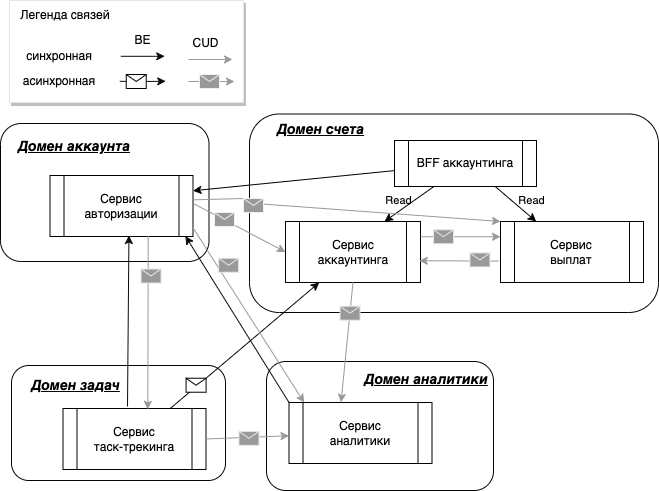
This is docs/events/diagram.png from novoseltcev/async-course, a draw.io export, as it was before one commit. Source tidied: cells renumbered, new cells last; positions are measured from the earlier drawing's top-left corner, leaving out a move shared by most shapes.
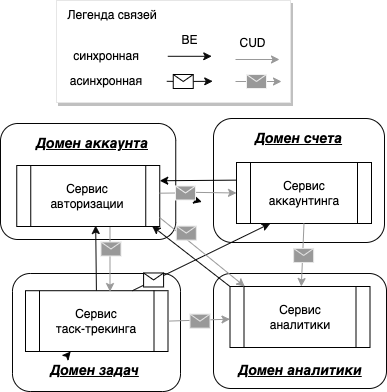
The same diagram one commit later.

The edit, as a diff of the source:
```diff
@@ -4,50 +4,53 @@
     <mxCell id="1" parent="0" />
-    <mxCell id="2" style="group;" parent="1" vertex="1">
-      <mxGeometry x="266" y="361" width="227" height="129" as="geometry" />
-    </mxCell>
+    <mxCell id="59" style="group;" parent="1" vertex="1">
+      <mxGeometry x="281" y="130.5" width="171" height="124" as="geometry" />
+    </mxCell>
+    <mxCell id="6" style="rounded=1;whiteSpace=wrap;html=1;fillColor=#FFF;strokeColor=#050505;" parent="59" vertex="1">
+      <mxGeometry width="171" height="124" as="geometry" />
+    </mxCell>
+    <mxCell id="7" value="&lt;font style=&quot;font-size: 14px;&quot; color=&quot;#000000&quot;&gt;&lt;b&gt;&lt;i&gt;&lt;u&gt;Домен счета&lt;/u&gt;&lt;/i&gt;&lt;/b&gt;&lt;/font&gt;" style="text;strokeColor=none;align=center;fillColor=none;html=1;verticalAlign=middle;whiteSpace=wrap;rounded=0;" parent="59" vertex="1">
+      <mxGeometry x="31" y="5" width="109" height="30" as="geometry" />
+    </mxCell>
+    <mxCell id="8" value="Сервис &lt;br&gt;аккаунтинга" style="shape=process;whiteSpace=wrap;html=1;backgroundOutline=1;" parent="59" vertex="1">
+      <mxGeometry x="23" y="44" width="135" height="61" as="geometry" />
+    </mxCell>
+    <mxCell id="60" style="group;" parent="1" vertex="1">
+      <mxGeometry x="68" y="135.5" width="175.2" height="116" as="geometry" />
+    </mxCell>
+    <mxCell id="15" style="rounded=1;whiteSpace=wrap;html=1;fillColor=#FFF;strokeColor=#050505;align=right;" parent="60" vertex="1">
+      <mxGeometry width="175.2" height="116" as="geometry" />
+    </mxCell>
+    <mxCell id="16" value="Сервис авторизации" style="shape=process;whiteSpace=wrap;html=1;backgroundOutline=1;" parent="60" vertex="1">
+      <mxGeometry x="16.2" y="42" width="143" height="61" as="geometry" />
+    </mxCell>
+    <mxCell id="17" value="&lt;font style=&quot;font-size: 14px;&quot; color=&quot;#000000&quot;&gt;&lt;b&gt;&lt;i&gt;&lt;u&gt;Домен аккаунта&lt;/u&gt;&lt;/i&gt;&lt;/b&gt;&lt;/font&gt;" style="text;strokeColor=none;align=center;fillColor=none;html=1;verticalAlign=middle;whiteSpace=wrap;rounded=0;" parent="60" vertex="1">
+      <mxGeometry x="32" y="5" width="120" height="30" as="geometry" />
+    </mxCell>
+    <mxCell id="61" style="group;" parent="1" vertex="1">
+      <mxGeometry x="80" y="285.5" width="168" height="118" as="geometry" />
+    </mxCell>
+    <mxCell id="11" style="rounded=1;whiteSpace=wrap;html=1;fillColor=#FFF;strokeColor=#050505;" parent="61" vertex="1">
+      <mxGeometry width="168" height="118" as="geometry" />
+    </mxCell>
+    <mxCell id="62" style="edgeStyle=none;html=1;exitX=0.25;exitY=0;exitDx=0;exitDy=0;" parent="61" edge="1" source="12" target="13">
+      <mxGeometry relative="1" as="geometry" />
+    </mxCell>
+    <mxCell id="12" value="&lt;font style=&quot;font-size: 14px;&quot; color=&quot;#000000&quot;&gt;&lt;b&gt;&lt;i&gt;&lt;u&gt;Домен задач&lt;/u&gt;&lt;/i&gt;&lt;/b&gt;&lt;/font&gt;" style="text;strokeColor=none;align=center;fillColor=none;html=1;verticalAlign=middle;whiteSpace=wrap;rounded=0;" parent="61" vertex="1">
+      <mxGeometry x="27.5" y="82" width="109" height="30" as="geometry" />
+    </mxCell>
+    <mxCell id="13" value="Сервис &lt;br&gt;таск-трекинга" style="shape=process;whiteSpace=wrap;html=1;backgroundOutline=1;" parent="61" vertex="1">
+      <mxGeometry x="13" y="17.2" width="142.5" height="60.8" as="geometry" />
+    </mxCell>
+    <mxCell id="63" style="group;" parent="1" vertex="1">
+      <mxGeometry x="281" y="285.5" width="173" height="115" as="geometry" />
+    </mxCell>
-    <mxCell id="3" style="rounded=1;whiteSpace=wrap;html=1;fillColor=#FFF;strokeColor=#050505;" parent="2" vertex="1">
-      <mxGeometry width="227" height="129" as="geometry" />
+    <mxCell id="3" style="rounded=1;whiteSpace=wrap;html=1;fillColor=#FFF;strokeColor=#050505;" parent="63" vertex="1">
+      <mxGeometry width="173" height="115" as="geometry" />
     </mxCell>
-    <mxCell id="4" value="&lt;font style=&quot;font-size: 14px;&quot; color=&quot;#000000&quot;&gt;&lt;b&gt;&lt;i&gt;&lt;u&gt;Домен аналитики&lt;/u&gt;&lt;/i&gt;&lt;/b&gt;&lt;/font&gt;" style="text;strokeColor=none;align=center;fillColor=none;html=1;verticalAlign=middle;whiteSpace=wrap;rounded=0;" parent="2" vertex="1">
-      <mxGeometry x="90" y="3" width="140" height="30" as="geometry" />
+    <mxCell id="4" value="&lt;font style=&quot;font-size: 14px;&quot; color=&quot;#000000&quot;&gt;&lt;b&gt;&lt;i&gt;&lt;u&gt;Домен аналитики&lt;/u&gt;&lt;/i&gt;&lt;/b&gt;&lt;/font&gt;" style="text;strokeColor=none;align=center;fillColor=none;html=1;verticalAlign=middle;whiteSpace=wrap;rounded=0;" parent="63" vertex="1">
+      <mxGeometry x="16.5" y="82" width="140" height="30" as="geometry" />
     </mxCell>
-    <mxCell id="5" value="Сервис &lt;br&gt;аналитики" style="shape=process;whiteSpace=wrap;html=1;backgroundOutline=1;" parent="2" vertex="1">
-      <mxGeometry x="22.5" y="41" width="143" height="61" as="geometry" />
+    <mxCell id="5" value="Сервис &lt;br&gt;аналитики" style="shape=process;whiteSpace=wrap;html=1;backgroundOutline=1;" parent="63" vertex="1">
+      <mxGeometry x="16.5" y="13" width="140" height="61" as="geometry" />
     </mxCell>
-    <mxCell id="6" style="rounded=1;whiteSpace=wrap;html=1;fillColor=#FFF;strokeColor=#050505;" parent="1" vertex="1">
-      <mxGeometry x="249" y="113.5" width="409" height="198.5" as="geometry" />
-    </mxCell>
-    <mxCell id="7" value="&lt;font style=&quot;font-size: 14px;&quot; color=&quot;#000000&quot;&gt;&lt;b&gt;&lt;i&gt;&lt;u&gt;Домен счета&lt;/u&gt;&lt;/i&gt;&lt;/b&gt;&lt;/font&gt;" style="text;strokeColor=none;align=center;fillColor=none;html=1;verticalAlign=middle;whiteSpace=wrap;rounded=0;" parent="1" vertex="1">
-      <mxGeometry x="266" y="113.5" width="109" height="30" as="geometry" />
-    </mxCell>
-    <mxCell id="8" value="Сервис &lt;br&gt;аккаунтинга" style="shape=process;whiteSpace=wrap;html=1;backgroundOutline=1;" parent="1" vertex="1">
-      <mxGeometry x="285" y="221" width="135" height="61" as="geometry" />
-    </mxCell>
-    <mxCell id="9" value="Сервис &lt;br&gt;выплат" style="shape=process;whiteSpace=wrap;html=1;backgroundOutline=1;" parent="1" vertex="1">
-      <mxGeometry x="500" y="221" width="143" height="61" as="geometry" />
-    </mxCell>
-    <mxCell id="10" style="group;" parent="1" vertex="1">
-      <mxGeometry x="11" y="365" width="214" height="115" as="geometry" />
-    </mxCell>
-    <mxCell id="11" style="rounded=1;whiteSpace=wrap;html=1;fillColor=#FFF;strokeColor=#050505;" parent="10" vertex="1">
-      <mxGeometry width="214" height="115" as="geometry" />
-    </mxCell>
-    <mxCell id="12" value="&lt;font style=&quot;font-size: 14px;&quot; color=&quot;#000000&quot;&gt;&lt;b&gt;&lt;i&gt;&lt;u&gt;Домен задач&lt;/u&gt;&lt;/i&gt;&lt;/b&gt;&lt;/font&gt;" style="text;strokeColor=none;align=center;fillColor=none;html=1;verticalAlign=middle;whiteSpace=wrap;rounded=0;" parent="10" vertex="1">
-      <mxGeometry x="10" y="5" width="109" height="30" as="geometry" />
-    </mxCell>
-    <mxCell id="13" value="Сервис &lt;br&gt;таск-трекинга" style="shape=process;whiteSpace=wrap;html=1;backgroundOutline=1;" parent="10" vertex="1">
-      <mxGeometry x="51.5" y="43" width="143" height="61" as="geometry" />
-    </mxCell>
-    <mxCell id="14" style="group;" parent="1" vertex="1">
-      <mxGeometry y="123" width="208.5" height="138" as="geometry" />
-    </mxCell>
-    <mxCell id="15" style="rounded=1;whiteSpace=wrap;html=1;fillColor=#FFF;strokeColor=#050505;align=right;" parent="14" vertex="1">
-      <mxGeometry width="208.5" height="138" as="geometry" />
-    </mxCell>
-    <mxCell id="16" value="Сервис авторизации" style="shape=process;whiteSpace=wrap;html=1;backgroundOutline=1;" parent="14" vertex="1">
-      <mxGeometry x="49.5" y="52" width="143" height="61" as="geometry" />
-    </mxCell>
-    <mxCell id="17" value="&lt;font style=&quot;font-size: 14px;&quot; color=&quot;#000000&quot;&gt;&lt;b&gt;&lt;i&gt;&lt;u&gt;Домен аккаунта&lt;/u&gt;&lt;/i&gt;&lt;/b&gt;&lt;/font&gt;" style="text;strokeColor=none;align=center;fillColor=none;html=1;verticalAlign=middle;whiteSpace=wrap;rounded=0;" parent="14" vertex="1">
-      <mxGeometry x="14" y="8" width="120" height="30" as="geometry" />
-    </mxCell>
     <mxCell id="18" style="endArrow=classic;html=1;strokeColor=#0A0A0A;exitX=0.75;exitY=0;exitDx=0;exitDy=0;entryX=0.25;entryY=1;entryDx=0;entryDy=0;" parent="1" edge="1" source="13" target="8">
@@ -57,3 +60,3 @@
       <mxGeometry width="20" height="14" relative="1" as="geometry">
-        <mxPoint x="-59" y="33" as="offset" />
+        <mxPoint x="-58" y="16" as="offset" />
       </mxGeometry>
@@ -65,9 +68,7 @@
       <mxGeometry width="20" height="14" relative="1" as="geometry">
-        <mxPoint x="-30" y="-57" as="offset" />
+        <mxPoint x="-26" y="-26" as="offset" />
       </mxGeometry>
     </mxCell>
-    <mxCell id="22" style="edgeStyle=none;html=1;entryX=0.552;entryY=0.984;entryDx=0;entryDy=0;entryPerimeter=0;strokeColor=#0A0A0A;fontColor=#000000;fillColor=#050505;" parent="1" edge="1" target="16">
-      <mxGeometry relative="1" as="geometry">
-        <mxPoint x="127" y="406" as="sourcePoint" />
-      </mxGeometry>
+    <mxCell id="22" style="edgeStyle=none;html=1;entryX=0.552;entryY=0.984;entryDx=0;entryDy=0;entryPerimeter=0;strokeColor=#0A0A0A;fontColor=#000000;fillColor=#050505;" parent="1" edge="1" source="13" target="16">
+      <mxGeometry relative="1" as="geometry" />
     </mxCell>
@@ -76,47 +77,91 @@
     </mxCell>
+    <mxCell id="38" style="edgeStyle=none;html=1;strokeColor=#999999;fontColor=#000000;fillColor=#757575;exitX=0.998;exitY=0.454;exitDx=0;exitDy=0;exitPerimeter=0;entryX=0;entryY=0.5;entryDx=0;entryDy=0;startArrow=none;" parent="1" edge="1" source="58" target="8">
+      <mxGeometry relative="1" as="geometry" />
+    </mxCell>
+    <mxCell id="40" style="endArrow=classic;html=1;strokeColor=#999999;exitX=0.5;exitY=1;exitDx=0;exitDy=0;" parent="1" edge="1" source="8" target="5">
+      <mxGeometry relative="1" as="geometry" />
+    </mxCell>
+    <mxCell id="41" style="shape=message;html=1;strokeColor=#E6E6E6;fillColor=#999999;" parent="40" vertex="1">
+      <mxGeometry width="20" height="14" relative="1" as="geometry">
+        <mxPoint x="-9" y="-7" as="offset" />
+      </mxGeometry>
+    </mxCell>
+    <mxCell id="42" style="endArrow=classic;html=1;strokeColor=#999999;exitX=1;exitY=0.5;exitDx=0;exitDy=0;" parent="1" edge="1" source="13" target="5">
+      <mxGeometry relative="1" as="geometry" />
+    </mxCell>
+    <mxCell id="43" style="shape=message;html=1;strokeColor=#E6E6E6;fillColor=#999999;" parent="42" vertex="1">
+      <mxGeometry width="20" height="14" relative="1" as="geometry">
+        <mxPoint x="-9" y="-6" as="offset" />
+      </mxGeometry>
+    </mxCell>
+    <mxCell id="44" style="endArrow=classic;html=1;strokeColor=#999999;exitX=0.652;exitY=1.008;exitDx=0;exitDy=0;entryX=0.593;entryY=0.014;entryDx=0;entryDy=0;entryPerimeter=0;exitPerimeter=0;" parent="1" edge="1" source="16" target="13">
+      <mxGeometry relative="1" as="geometry" />
+    </mxCell>
+    <mxCell id="45" style="shape=message;html=1;strokeColor=#E6E6E6;fillColor=#999999;" parent="44" vertex="1">
+      <mxGeometry width="20" height="14" relative="1" as="geometry">
+        <mxPoint x="-9" y="-17" as="offset" />
+      </mxGeometry>
+    </mxCell>
+    <mxCell id="50" style="edgeStyle=none;html=1;entryX=1;entryY=0.25;entryDx=0;entryDy=0;strokeColor=#000000;fontColor=#000000;fillColor=#757575;exitX=0.003;exitY=0.289;exitDx=0;exitDy=0;exitPerimeter=0;" parent="1" edge="1" source="8" target="16">
+      <mxGeometry relative="1" as="geometry" />
+    </mxCell>
+    <mxCell id="57" style="edgeStyle=none;html=1;exitX=0.85;exitY=0.95;exitDx=0;exitDy=0;exitPerimeter=0;" parent="1" edge="1" source="58">
+      <mxGeometry relative="1" as="geometry">
+        <mxPoint x="269.3" y="213.9" as="targetPoint" />
+      </mxGeometry>
+    </mxCell>
+    <mxCell id="64" style="edgeStyle=none;html=1;strokeColor=#999999;fontColor=#000000;fillColor=#757575;exitX=0.998;exitY=0.454;exitDx=0;exitDy=0;exitPerimeter=0;entryX=0;entryY=0.5;entryDx=0;entryDy=0;endArrow=none;" parent="1" edge="1" source="16" target="58">
+      <mxGeometry relative="1" as="geometry" />
+    </mxCell>
+    <mxCell id="58" style="shape=message;html=1;outlineConnect=0;strokeColor=#F0F0F0;fillColor=#999999;" parent="1" vertex="1">
+      <mxGeometry x="243" y="198" width="20" height="14" as="geometry" />
+    </mxCell>
+    <mxCell id="65" style="group;" parent="1" vertex="1">
+      <mxGeometry x="124" y="12.5" width="234" height="102" as="geometry" />
+    </mxCell>
-    <mxCell id="24" style="rounded=0;whiteSpace=wrap;html=1;labelBackgroundColor=none;strokeColor=#E6E6E6;fontColor=#000000;fillColor=#FFFFFF;shadow=1;" parent="1" vertex="1">
-      <mxGeometry x="9" width="234" height="102" as="geometry" />
+    <mxCell id="24" style="rounded=0;whiteSpace=wrap;html=1;labelBackgroundColor=none;strokeColor=#E6E6E6;fontColor=#000000;fillColor=#FFFFFF;shadow=1;" parent="65" vertex="1">
+      <mxGeometry width="234" height="102" as="geometry" />
     </mxCell>
-    <mxCell id="25" style="edgeStyle=none;html=1;strokeColor=#0A0A0A;fontColor=#000000;fillColor=#050505;" parent="1" edge="1">
+    <mxCell id="25" style="edgeStyle=none;html=1;strokeColor=#0A0A0A;fontColor=#000000;fillColor=#050505;" parent="65" edge="1">
       <mxGeometry relative="1" as="geometry">
-        <mxPoint x="120.2" y="55.8" as="sourcePoint" />
-        <mxPoint x="164.2" y="55.8" as="targetPoint" />
+        <mxPoint x="111.2" y="55.8" as="sourcePoint" />
+        <mxPoint x="155.2" y="55.8" as="targetPoint" />
       </mxGeometry>
     </mxCell>
-    <mxCell id="26" style="edgeStyle=none;html=1;strokeColor=#0A0A0A;fontColor=#000000;fillColor=#050505;startArrow=none;" parent="1" edge="1" source="34">
+    <mxCell id="26" style="edgeStyle=none;html=1;strokeColor=#0A0A0A;fontColor=#000000;fillColor=#050505;startArrow=none;" parent="65" edge="1" source="34">
       <mxGeometry relative="1" as="geometry">
-        <mxPoint x="165.2" y="80.8" as="targetPoint" />
+        <mxPoint x="156.2" y="80.8" as="targetPoint" />
       </mxGeometry>
     </mxCell>
-    <mxCell id="27" value="синхронная" style="text;strokeColor=none;align=center;fillColor=none;html=1;verticalAlign=middle;whiteSpace=wrap;rounded=0;labelBackgroundColor=none;fontColor=#000000;" parent="1" vertex="1">
-      <mxGeometry x="20" y="41" width="78" height="30" as="geometry" />
+    <mxCell id="27" value="синхронная" style="text;strokeColor=none;align=center;fillColor=none;html=1;verticalAlign=middle;whiteSpace=wrap;rounded=0;labelBackgroundColor=none;fontColor=#000000;" parent="65" vertex="1">
+      <mxGeometry x="11" y="41" width="78" height="30" as="geometry" />
     </mxCell>
-    <mxCell id="28" value="асинхронная" style="text;strokeColor=none;align=center;fillColor=none;html=1;verticalAlign=middle;whiteSpace=wrap;rounded=0;labelBackgroundColor=none;fontColor=#000000;" parent="1" vertex="1">
-      <mxGeometry x="20" y="66" width="78" height="30" as="geometry" />
+    <mxCell id="28" value="асинхронная" style="text;strokeColor=none;align=center;fillColor=none;html=1;verticalAlign=middle;whiteSpace=wrap;rounded=0;labelBackgroundColor=none;fontColor=#000000;" parent="65" vertex="1">
+      <mxGeometry x="11" y="66" width="78" height="30" as="geometry" />
     </mxCell>
-    <mxCell id="29" style="edgeStyle=none;html=1;strokeColor=#999999;fontColor=#000000;fillColor=#050505;" parent="1" edge="1">
+    <mxCell id="29" style="edgeStyle=none;html=1;strokeColor=#999999;fontColor=#000000;fillColor=#050505;" parent="65" edge="1">
       <mxGeometry relative="1" as="geometry">
-        <mxPoint x="188" y="59" as="sourcePoint" />
-        <mxPoint x="232" y="59" as="targetPoint" />
+        <mxPoint x="179" y="59" as="sourcePoint" />
+        <mxPoint x="223" y="59" as="targetPoint" />
       </mxGeometry>
     </mxCell>
-    <mxCell id="30" value="Легенда связей" style="text;strokeColor=none;align=center;fillColor=none;html=1;verticalAlign=middle;whiteSpace=wrap;rounded=0;labelBackgroundColor=none;fontColor=#000000;" parent="1" vertex="1">
-      <mxGeometry x="14" width="102" height="30" as="geometry" />
+    <mxCell id="30" value="Легенда связей" style="text;strokeColor=none;align=center;fillColor=none;html=1;verticalAlign=middle;whiteSpace=wrap;rounded=0;labelBackgroundColor=none;fontColor=#000000;" parent="65" vertex="1">
+      <mxGeometry x="5" width="102" height="30" as="geometry" />
     </mxCell>
-    <mxCell id="31" value="BE" style="text;strokeColor=none;align=center;fillColor=none;html=1;verticalAlign=middle;whiteSpace=wrap;rounded=0;labelBackgroundColor=none;fontColor=#000000;" parent="1" vertex="1">
-      <mxGeometry x="125.8" y="25" width="33" height="30" as="geometry" />
+    <mxCell id="31" value="BE" style="text;strokeColor=none;align=center;fillColor=none;html=1;verticalAlign=middle;whiteSpace=wrap;rounded=0;labelBackgroundColor=none;fontColor=#000000;" parent="65" vertex="1">
+      <mxGeometry x="116.8" y="25" width="33" height="30" as="geometry" />
     </mxCell>
-    <mxCell id="32" value="CUD" style="text;strokeColor=none;align=center;fillColor=none;html=1;verticalAlign=middle;whiteSpace=wrap;rounded=0;labelBackgroundColor=none;fontColor=#000000;" parent="1" vertex="1">
-      <mxGeometry x="189" y="33" width="33" height="20" as="geometry" />
+    <mxCell id="32" value="CUD" style="text;strokeColor=none;align=center;fillColor=none;html=1;verticalAlign=middle;whiteSpace=wrap;rounded=0;labelBackgroundColor=none;fontColor=#000000;" parent="65" vertex="1">
+      <mxGeometry x="180" y="33" width="33" height="20" as="geometry" />
     </mxCell>
-    <mxCell id="33" style="edgeStyle=none;html=1;strokeColor=#0A0A0A;fontColor=#000000;fillColor=#050505;endArrow=none;" parent="1" edge="1" target="34">
+    <mxCell id="33" style="edgeStyle=none;html=1;strokeColor=#0A0A0A;fontColor=#000000;fillColor=#050505;endArrow=none;" parent="65" edge="1" target="34">
       <mxGeometry relative="1" as="geometry">
-        <mxPoint x="119.2" y="80.8" as="sourcePoint" />
+        <mxPoint x="110.2" y="80.8" as="sourcePoint" />
       </mxGeometry>
     </mxCell>
-    <mxCell id="34" style="shape=message;html=1;outlineConnect=0;" parent="1" vertex="1">
-      <mxGeometry x="125.7" y="74" width="20" height="14" as="geometry" />
+    <mxCell id="34" style="shape=message;html=1;outlineConnect=0;" parent="65" vertex="1">
+      <mxGeometry x="116.7" y="74" width="20" height="14" as="geometry" />
     </mxCell>
-    <mxCell id="35" style="group;" parent="1" vertex="1">
-      <mxGeometry x="188" y="74" width="46" height="14" as="geometry" />
+    <mxCell id="35" style="group;" parent="65" vertex="1">
+      <mxGeometry x="179" y="74" width="46" height="14" as="geometry" />
     </mxCell>
@@ -131,82 +176,2 @@
     </mxCell>
-    <mxCell id="38" style="edgeStyle=none;html=1;strokeColor=#999999;fontColor=#000000;fillColor=#757575;exitX=0.998;exitY=0.454;exitDx=0;exitDy=0;exitPerimeter=0;entryX=0;entryY=0.5;entryDx=0;entryDy=0;" parent="1" edge="1" source="16" target="8">
-      <mxGeometry relative="1" as="geometry" />
-    </mxCell>
-    <mxCell id="39" style="shape=message;html=1;strokeColor=#F0F0F0;fillColor=#999999;" parent="1" vertex="1">
-      <mxGeometry x="214" y="212" width="20" height="14" as="geometry" />
-    </mxCell>
-    <mxCell id="40" style="endArrow=classic;html=1;strokeColor=#999999;exitX=0.5;exitY=1;exitDx=0;exitDy=0;entryX=0.364;entryY=-0.004;entryDx=0;entryDy=0;entryPerimeter=0;" parent="1" edge="1" source="8" target="5">
-      <mxGeometry relative="1" as="geometry" />
-    </mxCell>
-    <mxCell id="41" style="shape=message;html=1;strokeColor=#E6E6E6;fillColor=#999999;" parent="40" vertex="1">
-      <mxGeometry width="20" height="14" relative="1" as="geometry">
-        <mxPoint x="-7" y="-36" as="offset" />
-      </mxGeometry>
-    </mxCell>
-    <mxCell id="42" style="endArrow=classic;html=1;strokeColor=#999999;exitX=1;exitY=0.5;exitDx=0;exitDy=0;" parent="1" edge="1" source="13" target="5">
-      <mxGeometry relative="1" as="geometry" />
-    </mxCell>
-    <mxCell id="43" style="shape=message;html=1;strokeColor=#E6E6E6;fillColor=#999999;" parent="42" vertex="1">
-      <mxGeometry width="20" height="14" relative="1" as="geometry">
-        <mxPoint x="-9" y="-6" as="offset" />
-      </mxGeometry>
-    </mxCell>
-    <mxCell id="44" style="endArrow=classic;html=1;strokeColor=#999999;exitX=0.687;exitY=0.992;exitDx=0;exitDy=0;entryX=0.593;entryY=0.014;entryDx=0;entryDy=0;entryPerimeter=0;exitPerimeter=0;" parent="1" edge="1" source="16" target="13">
-      <mxGeometry relative="1" as="geometry" />
-    </mxCell>
-    <mxCell id="45" style="shape=message;html=1;strokeColor=#E6E6E6;fillColor=#999999;" parent="44" vertex="1">
-      <mxGeometry width="20" height="14" relative="1" as="geometry">
-        <mxPoint x="-7" y="-54" as="offset" />
-      </mxGeometry>
-    </mxCell>
-    <mxCell id="46" style="endArrow=classic;html=1;strokeColor=#999999;exitX=1;exitY=0.25;exitDx=0;exitDy=0;entryX=0;entryY=0.25;entryDx=0;entryDy=0;" parent="1" edge="1" source="8" target="9">
-      <mxGeometry relative="1" as="geometry" />
-    </mxCell>
-    <mxCell id="47" style="shape=message;html=1;strokeColor=#E6E6E6;fillColor=#999999;" parent="46" vertex="1">
-      <mxGeometry width="20" height="14" relative="1" as="geometry">
-        <mxPoint x="-27" y="-7" as="offset" />
-      </mxGeometry>
-    </mxCell>
-    <mxCell id="48" style="endArrow=classic;html=1;strokeColor=#999999;exitX=-0.011;exitY=0.649;exitDx=0;exitDy=0;entryX=0.991;entryY=0.643;entryDx=0;entryDy=0;exitPerimeter=0;entryPerimeter=0;" parent="1" edge="1" source="9" target="8">
-      <mxGeometry relative="1" as="geometry" />
-    </mxCell>
-    <mxCell id="49" style="shape=message;html=1;strokeColor=#E6E6E6;fillColor=#999999;" parent="48" vertex="1">
-      <mxGeometry width="20" height="14" relative="1" as="geometry">
-        <mxPoint x="11" y="-8" as="offset" />
-      </mxGeometry>
-    </mxCell>
-    <mxCell id="50" style="edgeStyle=none;html=1;entryX=1;entryY=0.25;entryDx=0;entryDy=0;strokeColor=#000000;fontColor=#000000;fillColor=#757575;" parent="1" edge="1" source="51" target="16">
-      <mxGeometry relative="1" as="geometry" />
-    </mxCell>
-    <mxCell id="51" value="BFF аккаунтинга" style="shape=process;whiteSpace=wrap;html=1;backgroundOutline=1;" parent="1" vertex="1">
-      <mxGeometry x="394" y="140" width="142" height="46" as="geometry" />
-    </mxCell>
-    <mxCell id="52" style="endArrow=classic;html=1;strokeColor=#000000;fontColor=#000000;fillColor=#757575;exitX=0.709;exitY=1;exitDx=0;exitDy=0;exitPerimeter=0;" parent="1" edge="1" source="51" target="9">
-      <mxGeometry relative="1" as="geometry" />
-    </mxCell>
-    <mxCell id="53" value="Read" style="edgeLabel;html=1;align=center;verticalAlign=middle;shadow=1;labelBackgroundColor=none;strokeColor=#E6E6E6;fontColor=#000000;fillColor=#999999;" parent="52" vertex="1">
-      <mxGeometry relative="1" as="geometry">
-        <mxPoint x="15" y="-4" as="offset" />
-      </mxGeometry>
-    </mxCell>
-    <mxCell id="54" style="endArrow=classic;html=1;strokeColor=#000000;fontColor=#000000;fillColor=#757575;exitX=0.293;exitY=1;exitDx=0;exitDy=0;exitPerimeter=0;entryX=0.75;entryY=0;entryDx=0;entryDy=0;" parent="1" edge="1">
-      <mxGeometry relative="1" as="geometry">
-        <mxPoint x="433.4" y="186" as="sourcePoint" />
-        <mxPoint x="384" y="221" as="targetPoint" />
-      </mxGeometry>
-    </mxCell>
-    <mxCell id="55" value="Read" style="edgeLabel;html=1;align=center;verticalAlign=middle;shadow=1;labelBackgroundColor=none;strokeColor=#E6E6E6;fontColor=#000000;fillColor=#999999;" parent="54" vertex="1">
-      <mxGeometry relative="1" as="geometry">
-        <mxPoint x="-11" y="-4" as="offset" />
-      </mxGeometry>
-    </mxCell>
-    <mxCell id="56" style="edgeStyle=none;html=1;strokeColor=#999999;fontColor=#000000;fillColor=#757575;exitX=0.999;exitY=0.399;exitDx=0;exitDy=0;exitPerimeter=0;entryX=0;entryY=0;entryDx=0;entryDy=0;startArrow=none;" parent="1" edge="1" source="58" target="9">
-      <mxGeometry relative="1" as="geometry" />
-    </mxCell>
-    <mxCell id="57" style="edgeStyle=none;html=1;strokeColor=#999999;fontColor=#000000;fillColor=#757575;exitX=0.999;exitY=0.399;exitDx=0;exitDy=0;exitPerimeter=0;entryX=0;entryY=0;entryDx=0;entryDy=0;endArrow=none;" parent="1" edge="1" source="16" target="58">
-      <mxGeometry relative="1" as="geometry" />
-    </mxCell>
-    <mxCell id="58" style="shape=message;html=1;outlineConnect=0;strokeColor=#F0F0F0;fillColor=#999999;" parent="1" vertex="1">
-      <mxGeometry x="243" y="198" width="20" height="14" as="geometry" />
-    </mxCell>
   </root>
```
